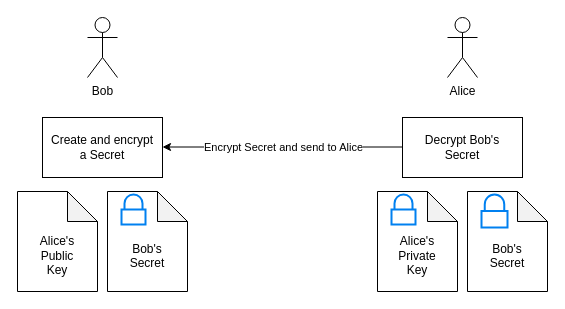
Above: docs/06-advanced-techniques/31-the-secure-shell/diagrams/asymmetric-encryption-share-secret.drawio in dwmkerr/effective-shell (draw.io), before the change. Source tidied: cells renumbered, new cells numbered last; positions are measured from the earlier drawing's top-left corner, leaving out a move shared by most shapes. Both pictures are drawn from the tidied source at 100%, with x=0, y=0 at pixel (17, 17).
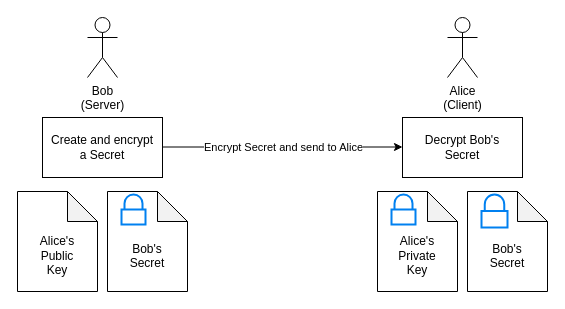
The same diagram, later.

The edit, as a diff of the source:
```diff
@@
 <mxGraphModel>
   <root>
     <mxCell id="0" />
     <mxCell id="1" parent="0" />
     <mxCell id="2" value="Create and encrypt a Secret" style="rounded=0;whiteSpace=wrap;html=1;spacingTop=0;spacingLeft=0;spacingBottom=0;spacing=5;" parent="1" vertex="1">
       <mxGeometry x="25" y="100" width="120" height="60" as="geometry" />
     </mxCell>
-    <mxCell id="3" value="Bob" style="shape=umlActor;verticalLabelPosition=bottom;verticalAlign=top;html=1;" parent="1" vertex="1">
+    <mxCell id="3" value="Bob&lt;br&gt;(Server)" style="shape=umlActor;verticalLabelPosition=bottom;verticalAlign=top;html=1;" parent="1" vertex="1">
       <mxGeometry x="70" width="30" height="60" as="geometry" />
     </mxCell>
     <mxCell id="4" value="&lt;br&gt;&lt;br&gt;Alice's&lt;br&gt;Public&lt;br&gt;Key" style="shape=note;whiteSpace=wrap;html=1;backgroundOutline=1;darkOpacity=0.05;" parent="1" vertex="1">
       <mxGeometry y="174" width="80" height="100" as="geometry" />
     </mxCell>
     <mxCell id="5" value="&lt;br&gt;&lt;br&gt;Bob's&lt;br&gt;Secret" style="shape=note;whiteSpace=wrap;html=1;backgroundOutline=1;darkOpacity=0.05;" parent="1" vertex="1">
       <mxGeometry x="90" y="174" width="80" height="100" as="geometry" />
     </mxCell>
     <mxCell id="6" style="html=1;verticalLabelPosition=bottom;align=center;labelBackgroundColor=#ffffff;verticalAlign=top;strokeWidth=2;strokeColor=#0080F0;shadow=0;dashed=0;shape=mxgraph.ios7.icons.locked;" parent="1" vertex="1">
       <mxGeometry x="104" y="177" width="24" height="30" as="geometry" />
     </mxCell>
-    <mxCell id="7" style="edgeStyle=orthogonalEdgeStyle;rounded=0;orthogonalLoop=1;jettySize=auto;html=1;entryX=0;entryY=0.5;entryDx=0;entryDy=0;startArrow=classic;startFill=1;endArrow=none;endFill=0;" parent="1" edge="1">
+    <mxCell id="7" style="edgeStyle=orthogonalEdgeStyle;rounded=0;orthogonalLoop=1;jettySize=auto;html=1;entryX=0;entryY=0.5;entryDx=0;entryDy=0;startArrow=none;startFill=0;endArrow=classic;endFill=1;" parent="1" edge="1">
       <mxGeometry relative="1" as="geometry">
         <mxPoint x="145" y="129.5" as="sourcePoint" />
         <mxPoint x="385" y="129.5" as="targetPoint" />
       </mxGeometry>
     </mxCell>
     <mxCell id="8" value="Encrypt Secret and send to Alice" style="edgeLabel;html=1;align=center;verticalAlign=middle;" parent="7" vertex="1">
       <mxGeometry x="-0.11" relative="1" as="geometry">
         <mxPoint x="13" as="offset" />
       </mxGeometry>
     </mxCell>
     <mxCell id="9" value="Decrypt Bob's Secret" style="rounded=0;whiteSpace=wrap;html=1;spacingTop=0;spacingLeft=0;spacingBottom=0;spacing=5;" parent="1" vertex="1">
       <mxGeometry x="385" y="100" width="120" height="60" as="geometry" />
     </mxCell>
-    <mxCell id="10" value="Alice" style="shape=umlActor;verticalLabelPosition=bottom;verticalAlign=top;html=1;" parent="1" vertex="1">
+    <mxCell id="10" value="Alice&lt;br&gt;(Client)" style="shape=umlActor;verticalLabelPosition=bottom;verticalAlign=top;html=1;" parent="1" vertex="1">
       <mxGeometry x="430" width="30" height="60" as="geometry" />
     </mxCell>
     <mxCell id="11" value="&lt;br&gt;&lt;br&gt;Alice's&lt;br&gt;Private&lt;br&gt;Key" style="shape=note;whiteSpace=wrap;html=1;backgroundOutline=1;darkOpacity=0.05;" parent="1" vertex="1">
       <mxGeometry x="360" y="174" width="80" height="100" as="geometry" />
     </mxCell>
     <mxCell id="12" style="html=1;verticalLabelPosition=bottom;align=center;labelBackgroundColor=#ffffff;verticalAlign=top;strokeWidth=2;strokeColor=#0080F0;shadow=0;dashed=0;shape=mxgraph.ios7.icons.locked;" parent="1" vertex="1">
       <mxGeometry x="374" y="177" width="24" height="30" as="geometry" />
     </mxCell>
     <mxCell id="13" value="&lt;br&gt;&lt;br&gt;Bob's&lt;br&gt;Secret" style="shape=note;whiteSpace=wrap;html=1;backgroundOutline=1;darkOpacity=0.05;" parent="1" vertex="1">
       <mxGeometry x="450" y="174" width="80" height="100" as="geometry" />
     </mxCell>
     <mxCell id="14" style="html=1;verticalLabelPosition=bottom;align=center;labelBackgroundColor=#ffffff;verticalAlign=top;strokeWidth=2;strokeColor=#0080F0;shadow=0;dashed=0;shape=mxgraph.ios7.icons.locked;" parent="1" vertex="1">
       <mxGeometry x="464" y="177" width="26" height="33" as="geometry" />
     </mxCell>
   </root>
 </mxGraphModel>
```
